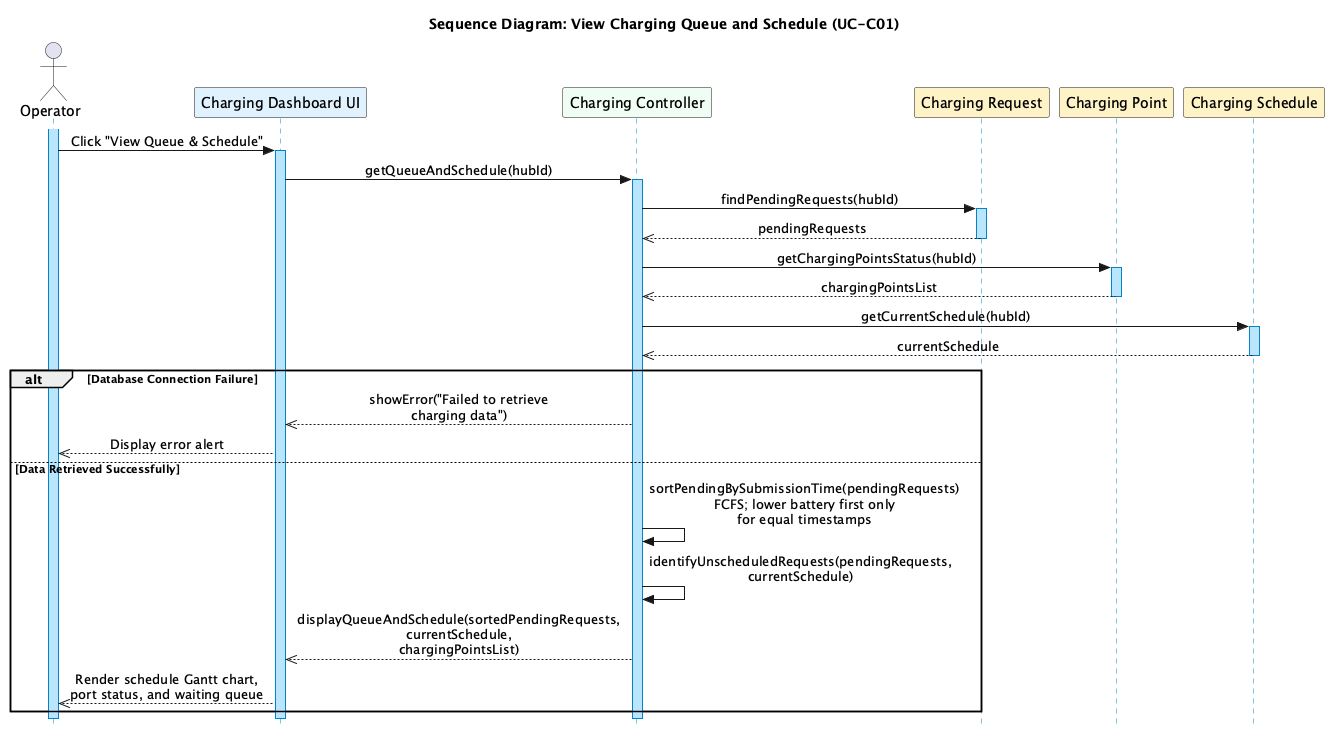
Before: docs/submission-2/sequence-diagrams/smart-charging/SD_ViewChargingQueue.png, a diagram exported from PlantUML (thanhpham1108/smart-e-mobility-hub).
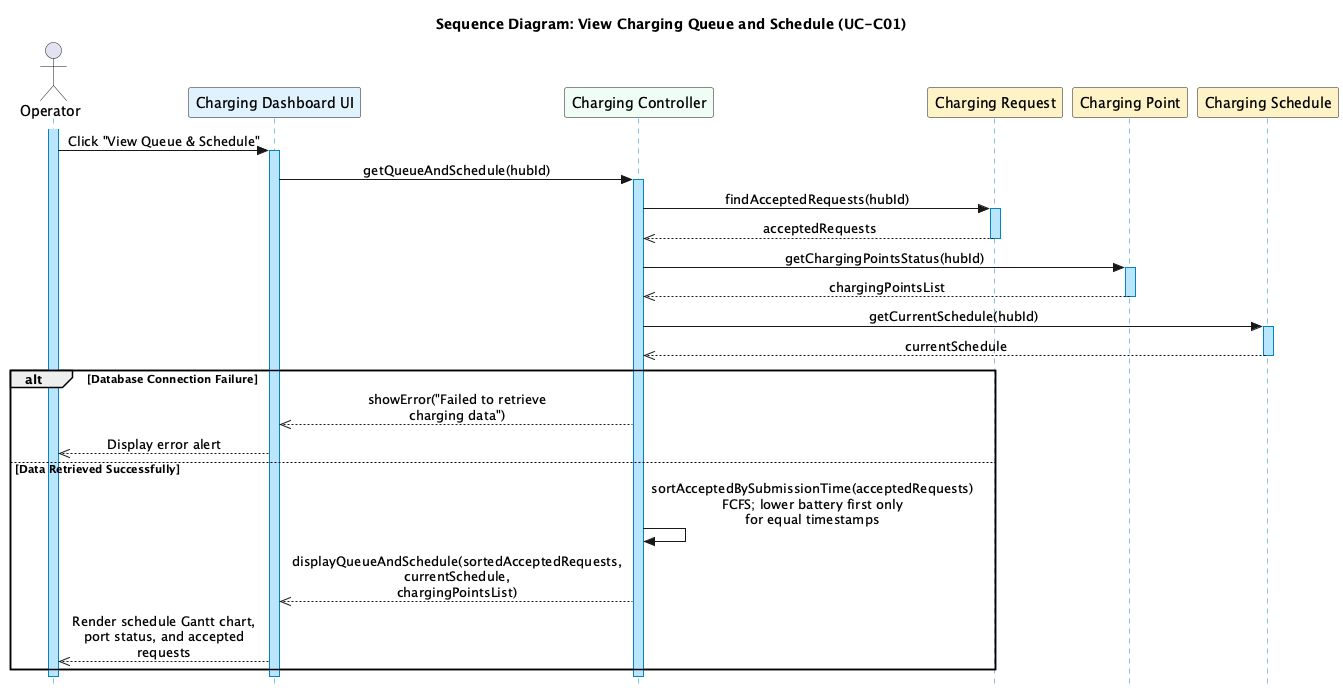
The same diagram one commit later.

Change to the diagram source:
```diff
@@ -23,9 +23,9 @@
 UI -> Ctrl : getQueueAndSchedule(hubId)
 activate Ctrl
 
-Ctrl -> Req : findPendingRequests(hubId)
+Ctrl -> Req : findAcceptedRequests(hubId)
 activate Req
-Req -->> Ctrl : pendingRequests
+Req -->> Ctrl : acceptedRequests
 deactivate Req
 
 Ctrl -> Point : getChargingPointsStatus(hubId)
@@ -42,10 +42,9 @@
     Ctrl -->> UI : showError("Failed to retrieve charging data")
     UI -->> Op : Display error alert
 else Data Retrieved Successfully
-    Ctrl -> Ctrl : sortPendingBySubmissionTime(pendingRequests)\nFCFS; lower battery first only for equal timestamps
-    Ctrl -> Ctrl : identifyUnscheduledRequests(pendingRequests, currentSchedule)
-    Ctrl -->> UI : displayQueueAndSchedule(sortedPendingRequests, currentSchedule, chargingPointsList)
-    UI -->> Op : Render schedule Gantt chart, port status, and waiting queue
+    Ctrl -> Ctrl : sortAcceptedBySubmissionTime(acceptedRequests)\nFCFS; lower battery first only for equal timestamps
+    Ctrl -->> UI : displayQueueAndSchedule(sortedAcceptedRequests, currentSchedule, chargingPointsList)
+    UI -->> Op : Render schedule Gantt chart, port status, and accepted requests
 end
 
 deactivate Ctrl
```
